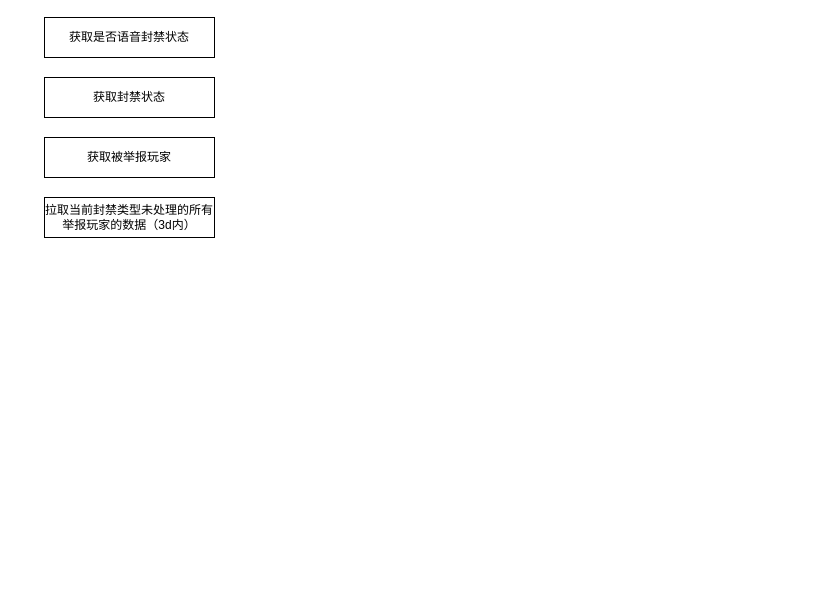
This is SSJJ2/举报封禁.drawio from Ordertiny/graph, a draw.io file, before an edit. Source tidied: cells renumbered, new cells numbered last; positions are measured from the earlier drawing's top-left corner, leaving out a move shared by most shapes. Both pictures are drawn from the tidied source at 100%, with x=0, y=0 at pixel (44, 17).
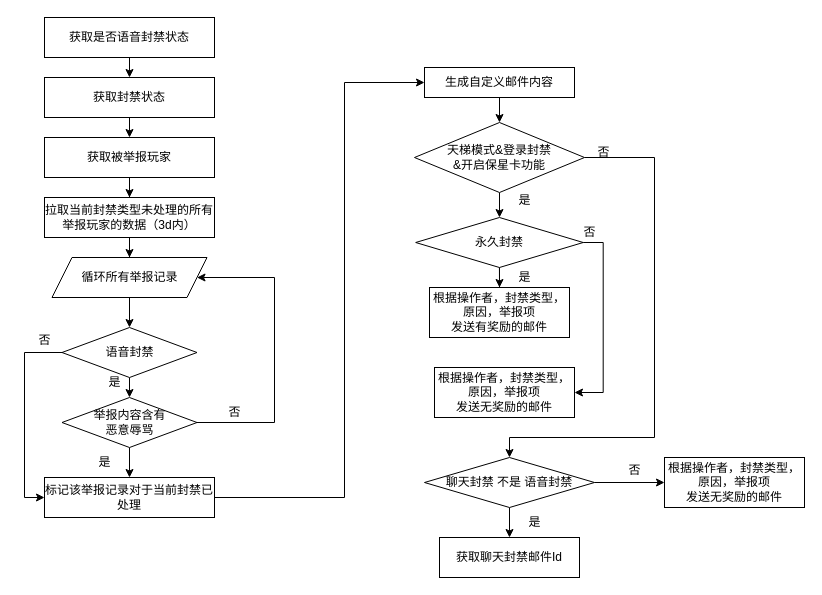
The same page after the edit.

Commit message (it also covers changes not shown here):
更新举报封禁.drawio

Unchanged cells that the change refers to:
```xml
<mxCell id="2" value="获取是否语音封禁状态" style="rounded=0;whiteSpace=wrap;html=1;" parent="1" vertex="1">
  <mxGeometry width="170" height="40" as="geometry" />
</mxCell>
<mxCell id="3" value="获取封禁状态" style="rounded=0;whiteSpace=wrap;html=1;" parent="1" vertex="1">
  <mxGeometry y="60" width="170" height="40" as="geometry" />
</mxCell>
<mxCell id="4" value="获取被举报玩家" style="rounded=0;whiteSpace=wrap;html=1;" parent="1" vertex="1">
  <mxGeometry y="120" width="170" height="40" as="geometry" />
</mxCell>
<mxCell id="5" value="拉取当前封禁类型未处理的所有举报玩家的数据（3d内）" style="rounded=0;whiteSpace=wrap;html=1;" parent="1" vertex="1">
  <mxGeometry y="180" width="170" height="40" as="geometry" />
</mxCell>
```

Diff of the diagram source:
```diff
@@
+    <mxCell id="6" style="edgeStyle=orthogonalEdgeStyle;rounded=0;jettySize=auto;html=1;exitX=0.5;exitY=1;exitDx=0;exitDy=0;entryX=0.5;entryY=0;entryDx=0;entryDy=0;" parent="1" edge="1" source="2" target="3">
+      <mxGeometry relative="1" as="geometry" />
+    </mxCell>
@@
+    <mxCell id="7" style="edgeStyle=orthogonalEdgeStyle;rounded=0;jettySize=auto;html=1;exitX=0.5;exitY=1;exitDx=0;exitDy=0;entryX=0.5;entryY=0;entryDx=0;entryDy=0;" parent="1" edge="1" source="3" target="4">
+      <mxGeometry relative="1" as="geometry" />
+    </mxCell>
@@
+    <mxCell id="8" style="edgeStyle=orthogonalEdgeStyle;rounded=0;jettySize=auto;html=1;exitX=0.5;exitY=1;exitDx=0;exitDy=0;" parent="1" edge="1" source="4" target="5">
+      <mxGeometry relative="1" as="geometry" />
+    </mxCell>
@@
+    <mxCell id="9" style="edgeStyle=orthogonalEdgeStyle;rounded=0;jettySize=auto;html=1;exitX=0.5;exitY=1;exitDx=0;exitDy=0;" parent="1" edge="1" source="5" target="17">
+      <mxGeometry relative="1" as="geometry" />
+    </mxCell>
@@
+    <mxCell id="10" style="edgeStyle=orthogonalEdgeStyle;rounded=0;jettySize=auto;html=1;exitX=0.5;exitY=1;exitDx=0;exitDy=0;entryX=0.5;entryY=0;entryDx=0;entryDy=0;" parent="1" edge="1" source="12" target="15">
+      <mxGeometry relative="1" as="geometry" />
+    </mxCell>
+    <mxCell id="11" style="edgeStyle=orthogonalEdgeStyle;rounded=0;jettySize=auto;html=1;exitX=0;exitY=0.5;exitDx=0;exitDy=0;" parent="1" edge="1" source="12" target="19">
+      <mxGeometry relative="1" as="geometry">
+        <Array as="points">
+          <mxPoint x="-20" y="335" />
+          <mxPoint x="-20" y="480" />
+        </Array>
+      </mxGeometry>
+    </mxCell>
+    <mxCell id="12" value="语音封禁" style="rhombus;whiteSpace=wrap;html=1;" parent="1" vertex="1">
+      <mxGeometry x="17.5" y="310" width="135" height="50" as="geometry" />
+    </mxCell>
+    <mxCell id="13" style="edgeStyle=orthogonalEdgeStyle;rounded=0;jettySize=auto;html=1;exitX=1;exitY=0.5;exitDx=0;exitDy=0;entryX=1;entryY=0.5;entryDx=0;entryDy=0;" parent="1" edge="1" source="15" target="17">
+      <mxGeometry relative="1" as="geometry">
+        <Array as="points">
+          <mxPoint x="230" y="405" />
+          <mxPoint x="230" y="260" />
+        </Array>
+      </mxGeometry>
+    </mxCell>
+    <mxCell id="14" style="edgeStyle=orthogonalEdgeStyle;rounded=0;jettySize=auto;html=1;exitX=0.5;exitY=1;exitDx=0;exitDy=0;" parent="1" edge="1" source="15" target="19">
+      <mxGeometry relative="1" as="geometry" />
+    </mxCell>
+    <mxCell id="15" value="举报内容含有&lt;div&gt;恶意辱骂&lt;/div&gt;" style="rhombus;whiteSpace=wrap;html=1;" parent="1" vertex="1">
+      <mxGeometry x="17.5" y="380" width="135" height="50" as="geometry" />
+    </mxCell>
+    <mxCell id="16" style="edgeStyle=orthogonalEdgeStyle;rounded=0;jettySize=auto;html=1;exitX=0.5;exitY=1;exitDx=0;exitDy=0;entryX=0.5;entryY=0;entryDx=0;entryDy=0;" parent="1" edge="1" source="17" target="12">
+      <mxGeometry relative="1" as="geometry" />
+    </mxCell>
+    <mxCell id="17" value="循环所有举报记录" style="shape=parallelogram;perimeter=parallelogramPerimeter;whiteSpace=wrap;html=1;fixedSize=1;" parent="1" vertex="1">
+      <mxGeometry x="7.5" y="240" width="155" height="40" as="geometry" />
+    </mxCell>
+    <mxCell id="18" style="edgeStyle=orthogonalEdgeStyle;rounded=0;jettySize=auto;html=1;entryX=0;entryY=0.5;entryDx=0;entryDy=0;" parent="1" edge="1" source="19" target="21">
+      <mxGeometry relative="1" as="geometry">
+        <Array as="points">
+          <mxPoint x="300" y="480" />
+          <mxPoint x="300" y="65" />
+        </Array>
+      </mxGeometry>
+    </mxCell>
+    <mxCell id="19" value="标记该举报记录对于当前封禁已处理" style="whiteSpace=wrap;html=1;" parent="1" vertex="1">
+      <mxGeometry y="460" width="170" height="40" as="geometry" />
+    </mxCell>
+    <mxCell id="20" style="edgeStyle=orthogonalEdgeStyle;rounded=0;jettySize=auto;html=1;exitX=0.5;exitY=1;exitDx=0;exitDy=0;" parent="1" edge="1" source="21" target="24">
+      <mxGeometry relative="1" as="geometry" />
+    </mxCell>
+    <mxCell id="21" value="生成自定义邮件内容" style="rounded=0;whiteSpace=wrap;html=1;" parent="1" vertex="1">
+      <mxGeometry x="380" y="50" width="150" height="30" as="geometry" />
+    </mxCell>
+    <mxCell id="22" style="edgeStyle=orthogonalEdgeStyle;rounded=0;jettySize=auto;html=1;exitX=0.5;exitY=1;exitDx=0;exitDy=0;" parent="1" edge="1" source="24" target="27">
+      <mxGeometry relative="1" as="geometry" />
+    </mxCell>
+    <mxCell id="23" style="edgeStyle=orthogonalEdgeStyle;rounded=0;jettySize=auto;html=1;exitX=1;exitY=0.5;exitDx=0;exitDy=0;" parent="1" edge="1" source="24" target="32">
+      <mxGeometry relative="1" as="geometry">
+        <Array as="points">
+          <mxPoint x="610" y="140" />
+          <mxPoint x="610" y="420" />
+          <mxPoint x="465" y="420" />
+        </Array>
+      </mxGeometry>
+    </mxCell>
+    <mxCell id="24" value="天梯模式&amp;amp;登录封禁&lt;div&gt;&amp;amp;开启保星卡功能&lt;/div&gt;" style="rhombus;whiteSpace=wrap;html=1;" parent="1" vertex="1">
+      <mxGeometry x="370" y="105" width="170" height="70" as="geometry" />
+    </mxCell>
+    <mxCell id="25" style="edgeStyle=orthogonalEdgeStyle;rounded=0;jettySize=auto;html=1;exitX=0.5;exitY=1;exitDx=0;exitDy=0;" parent="1" edge="1" source="27" target="28">
+      <mxGeometry relative="1" as="geometry" />
+    </mxCell>
+    <mxCell id="26" style="edgeStyle=orthogonalEdgeStyle;rounded=0;jettySize=auto;html=1;exitX=1;exitY=0.5;exitDx=0;exitDy=0;entryX=1;entryY=0.5;entryDx=0;entryDy=0;" parent="1" edge="1" source="27" target="29">
+      <mxGeometry relative="1" as="geometry" />
+    </mxCell>
+    <mxCell id="27" value="永久封禁" style="rhombus;whiteSpace=wrap;html=1;" parent="1" vertex="1">
+      <mxGeometry x="371.2" y="200" width="167.5" height="50" as="geometry" />
+    </mxCell>
+    <mxCell id="28" value="&lt;div&gt;根据操作者，封禁类型，原因，举报项&lt;/div&gt;发送有奖励的邮件" style="whiteSpace=wrap;html=1;" parent="1" vertex="1">
+      <mxGeometry x="385" y="270" width="140" height="50" as="geometry" />
+    </mxCell>
+    <mxCell id="29" value="&lt;div&gt;根据操作者，封禁类型，原因，举报项&lt;/div&gt;发送无奖励的邮件" style="whiteSpace=wrap;html=1;" parent="1" vertex="1">
+      <mxGeometry x="390" y="350" width="140" height="50" as="geometry" />
+    </mxCell>
+    <mxCell id="30" style="edgeStyle=orthogonalEdgeStyle;rounded=0;jettySize=auto;html=1;exitX=0.5;exitY=1;exitDx=0;exitDy=0;" parent="1" edge="1" source="32" target="33">
+      <mxGeometry relative="1" as="geometry" />
+    </mxCell>
+    <mxCell id="31" style="edgeStyle=orthogonalEdgeStyle;rounded=0;jettySize=auto;html=1;exitX=1;exitY=0.5;exitDx=0;exitDy=0;entryX=0;entryY=0.5;entryDx=0;entryDy=0;" parent="1" edge="1" source="32" target="34">
+      <mxGeometry relative="1" as="geometry" />
+    </mxCell>
+    <mxCell id="32" value="聊天封禁 不是 语音封禁" style="rhombus;whiteSpace=wrap;html=1;" parent="1" vertex="1">
+      <mxGeometry x="380" y="440" width="170" height="50" as="geometry" />
+    </mxCell>
+    <mxCell id="33" value="获取聊天封禁邮件Id&lt;div&gt;&lt;/div&gt;" style="whiteSpace=wrap;html=1;" parent="1" vertex="1">
+      <mxGeometry x="395" y="520" width="140" height="40" as="geometry" />
+    </mxCell>
+    <mxCell id="34" value="&lt;div&gt;根据操作者，封禁类型，原因，举报项&lt;/div&gt;发送无奖励的邮件" style="whiteSpace=wrap;html=1;" parent="1" vertex="1">
+      <mxGeometry x="620" y="440" width="140" height="50" as="geometry" />
+    </mxCell>
+    <mxCell id="35" value="否" style="text;html=1;align=center;verticalAlign=middle;strokeColor=none;fillColor=none;" parent="1" vertex="1">
+      <mxGeometry x="170" y="380" width="40" height="30" as="geometry" />
+    </mxCell>
+    <mxCell id="36" value="是" style="text;html=1;align=center;verticalAlign=middle;strokeColor=none;fillColor=none;" parent="1" vertex="1">
+      <mxGeometry x="50" y="350" width="40" height="30" as="geometry" />
+    </mxCell>
+    <mxCell id="37" value="否" style="text;html=1;align=center;verticalAlign=middle;strokeColor=none;fillColor=none;" parent="1" vertex="1">
+      <mxGeometry x="-20" y="308" width="40" height="30" as="geometry" />
+    </mxCell>
+    <mxCell id="38" value="是" style="text;html=1;align=center;verticalAlign=middle;strokeColor=none;fillColor=none;" parent="1" vertex="1">
+      <mxGeometry x="40" y="430" width="40" height="30" as="geometry" />
+    </mxCell>
+    <mxCell id="39" value="是" style="text;html=1;align=center;verticalAlign=middle;strokeColor=none;fillColor=none;" parent="1" vertex="1">
+      <mxGeometry x="460" y="168" width="40" height="30" as="geometry" />
+    </mxCell>
+    <mxCell id="40" value="是" style="text;html=1;align=center;verticalAlign=middle;strokeColor=none;fillColor=none;" parent="1" vertex="1">
+      <mxGeometry x="460" y="245" width="40" height="30" as="geometry" />
+    </mxCell>
+    <mxCell id="41" value="否" style="text;html=1;align=center;verticalAlign=middle;strokeColor=none;fillColor=none;" parent="1" vertex="1">
+      <mxGeometry x="525" y="200" width="40" height="30" as="geometry" />
+    </mxCell>
+    <mxCell id="42" value="否" style="text;html=1;align=center;verticalAlign=middle;strokeColor=none;fillColor=none;" parent="1" vertex="1">
+      <mxGeometry x="538.8" y="120" width="40" height="30" as="geometry" />
+    </mxCell>
+    <mxCell id="43" value="是" style="text;html=1;align=center;verticalAlign=middle;strokeColor=none;fillColor=none;" parent="1" vertex="1">
+      <mxGeometry x="470" y="490" width="40" height="30" as="geometry" />
+    </mxCell>
+    <mxCell id="44" value="否" style="text;html=1;align=center;verticalAlign=middle;strokeColor=none;fillColor=none;" parent="1" vertex="1">
+      <mxGeometry x="570" y="438" width="40" height="30" as="geometry" />
+    </mxCell>
```
